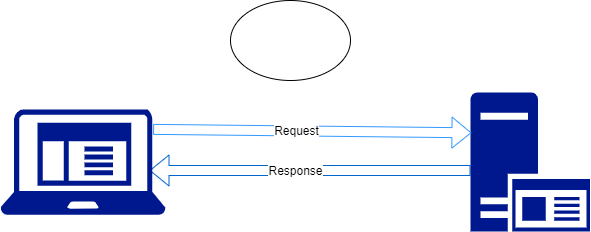
ho-ssain/Test_Dia keeps this draw.io diagram as Test.drawio.png. Above is the earlier version. Source tidied: cells renumbered, new cells last; positions are measured from the earlier drawing's top-left corner, leaving out a move shared by most shapes.
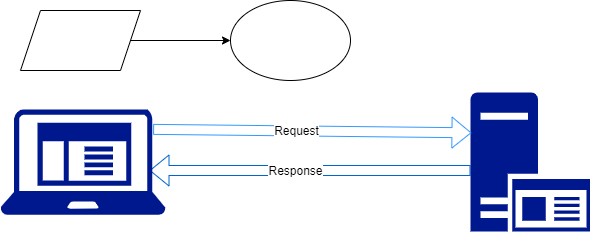
After the commit.

Diff of the diagram source:
```diff
@@ -26,5 +26,11 @@
     <mxCell id="8" style="ellipse;whiteSpace=wrap;html=1;" parent="1" vertex="1">
       <mxGeometry x="230" width="120" height="80" as="geometry" />
     </mxCell>
+    <mxCell id="9" style="edgeStyle=orthogonalEdgeStyle;rounded=0;jettySize=auto;html=1;" parent="1" edge="1" source="10" target="8">
+      <mxGeometry relative="1" as="geometry" />
+    </mxCell>
+    <mxCell id="10" style="shape=parallelogram;perimeter=parallelogramPerimeter;whiteSpace=wrap;html=1;fixedSize=1;" parent="1" vertex="1">
+      <mxGeometry x="20" y="10" width="120" height="60" as="geometry" />
+    </mxCell>
   </root>
 </mxGraphModel>
```
